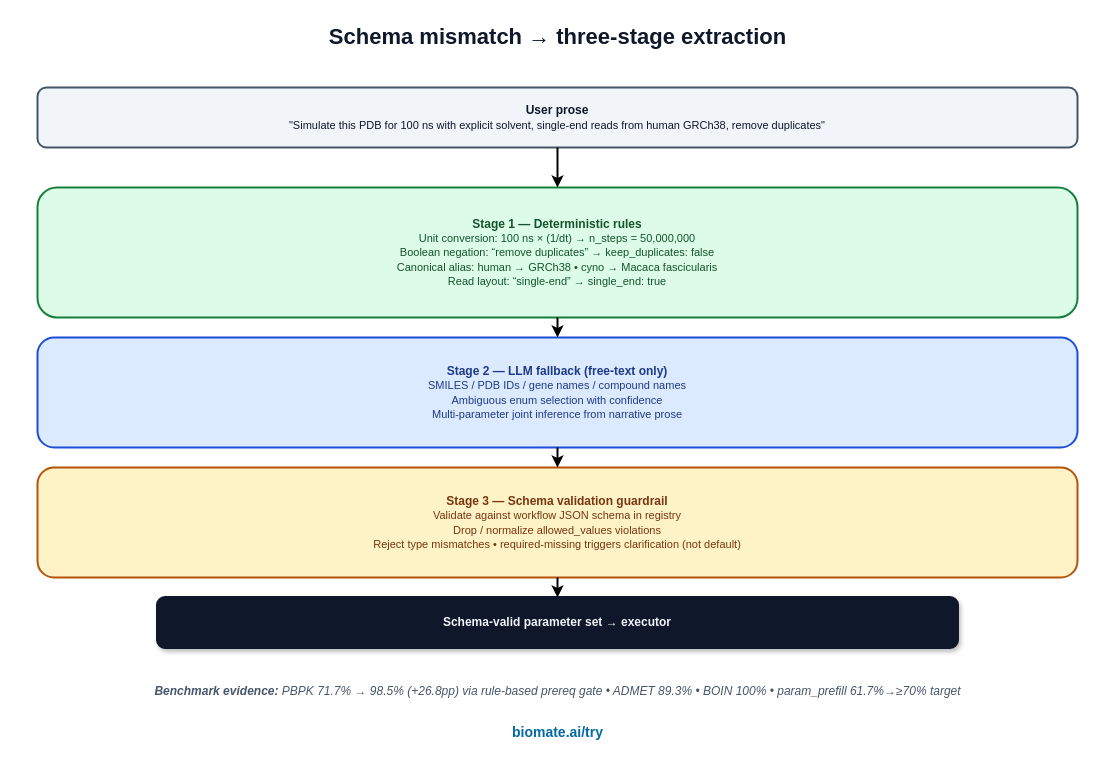
This is business/marketing/blog_posts/figures/post_14_param_extraction.drawio.xml from bioMate-AI/biomate-bioconductor-kb, a draw.io file, before an edit. Source tidied: cells renumbered, new cells numbered last; positions are measured from the earlier drawing's top-left corner, leaving out a move shared by most shapes. Both pictures are drawn from the tidied source at 100%, with x=0, y=0 at pixel (17, 17).
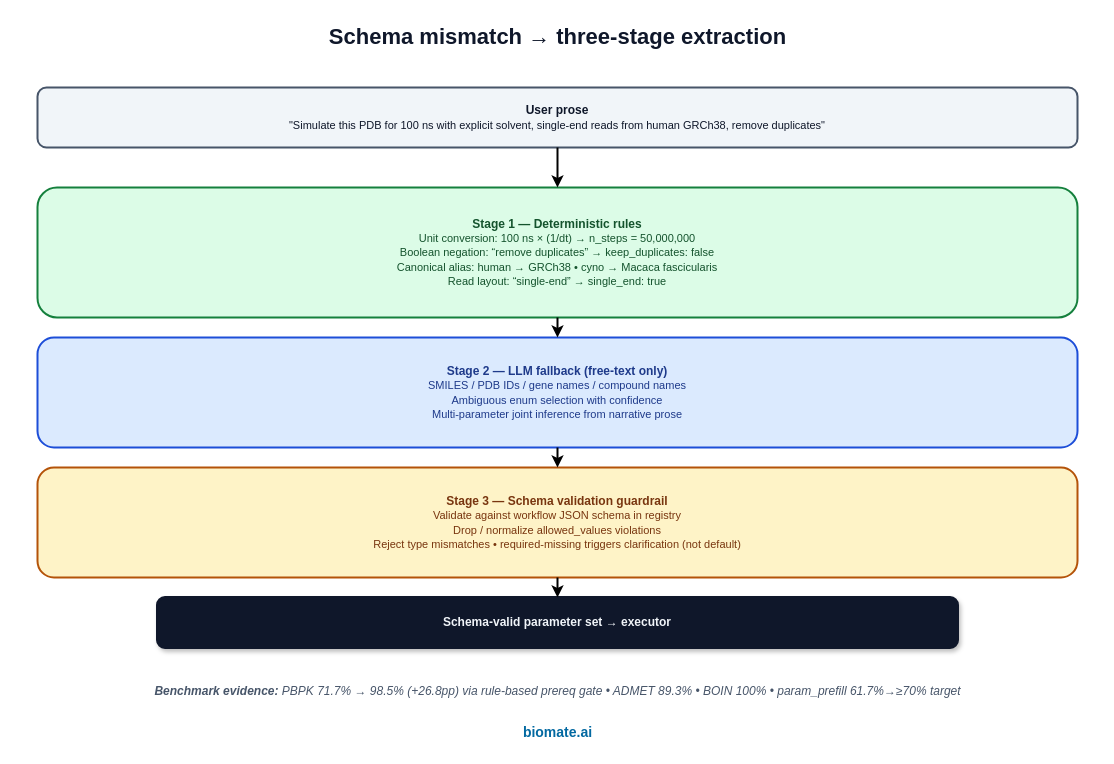
The same page after the edit.

What changed in the source:
```diff
@@
 <mxGraphModel>
   <root>
     <mxCell id="0" />
     <mxCell id="1" parent="0" />
     <mxCell id="2" value="Schema mismatch → three-stage extraction" style="text;html=1;align=center;fontSize=22;fontStyle=1;fontColor=#0f172a;" parent="1" vertex="1">
       <mxGeometry x="40" width="1000" height="40" as="geometry" />
     </mxCell>
     <mxCell id="3" value="&lt;b&gt;User prose&lt;/b&gt;&lt;br/&gt;&lt;span style=&quot;font-size:11px&quot;&gt;&quot;Simulate this PDB for 100 ns with explicit solvent, single-end reads from human GRCh38, remove duplicates&quot;&lt;/span&gt;" style="rounded=1;whiteSpace=wrap;html=1;fillColor=#f1f5f9;strokeColor=#475569;fontColor=#0f172a;strokeWidth=2;arcSize=15;" parent="1" vertex="1">
       <mxGeometry x="20" y="70" width="1040" height="60" as="geometry" />
     </mxCell>
     <mxCell id="4" value="&lt;b&gt;Stage 1 — Deterministic rules&lt;/b&gt;&lt;br/&gt;&lt;span style=&quot;font-size:11px&quot;&gt;Unit conversion: 100 ns × (1/dt) → n_steps = 50,000,000&lt;br/&gt;Boolean negation: &amp;ldquo;remove duplicates&amp;rdquo; → keep_duplicates: false&lt;br/&gt;Canonical alias: human → GRCh38 • cyno → Macaca fascicularis&lt;br/&gt;Read layout: &amp;ldquo;single-end&amp;rdquo; → single_end: true&lt;/span&gt;" style="rounded=1;whiteSpace=wrap;html=1;fillColor=#dcfce7;strokeColor=#15803d;fontColor=#14532d;strokeWidth=2;arcSize=15;" parent="1" vertex="1">
       <mxGeometry x="20" y="170" width="1040" height="130" as="geometry" />
     </mxCell>
     <mxCell id="5" value="&lt;b&gt;Stage 2 — LLM fallback (free-text only)&lt;/b&gt;&lt;br/&gt;&lt;span style=&quot;font-size:11px&quot;&gt;SMILES / PDB IDs / gene names / compound names&lt;br/&gt;Ambiguous enum selection with confidence&lt;br/&gt;Multi-parameter joint inference from narrative prose&lt;/span&gt;" style="rounded=1;whiteSpace=wrap;html=1;fillColor=#dbeafe;strokeColor=#1d4ed8;fontColor=#1e3a8a;strokeWidth=2;arcSize=15;" parent="1" vertex="1">
       <mxGeometry x="20" y="320" width="1040" height="110" as="geometry" />
     </mxCell>
     <mxCell id="6" value="&lt;b&gt;Stage 3 — Schema validation guardrail&lt;/b&gt;&lt;br/&gt;&lt;span style=&quot;font-size:11px&quot;&gt;Validate against workflow JSON schema in registry&lt;br/&gt;Drop / normalize allowed_values violations&lt;br/&gt;Reject type mismatches • required-missing triggers clarification (not default)&lt;/span&gt;" style="rounded=1;whiteSpace=wrap;html=1;fillColor=#fef3c7;strokeColor=#b45309;fontColor=#78350f;strokeWidth=2;arcSize=15;" parent="1" vertex="1">
       <mxGeometry x="20" y="450" width="1040" height="110" as="geometry" />
     </mxCell>
     <mxCell id="7" value="&lt;b style=&quot;color:#f1f5f9&quot;&gt;Schema-valid parameter set → executor&lt;/b&gt;" style="rounded=1;whiteSpace=wrap;html=1;fillColor=#0f172a;strokeColor=#0f172a;fontColor=#f1f5f9;strokeWidth=3;arcSize=15;shadow=1;" parent="1" vertex="1">
       <mxGeometry x="140" y="580" width="800" height="50" as="geometry" />
     </mxCell>
     <mxCell id="8" style="endArrow=classic;html=1;strokeWidth=2;" parent="1" edge="1" source="3" target="4">
       <mxGeometry relative="1" as="geometry" />
     </mxCell>
     <mxCell id="9" style="endArrow=classic;html=1;strokeWidth=2;" parent="1" edge="1" source="4" target="5">
       <mxGeometry relative="1" as="geometry" />
     </mxCell>
     <mxCell id="10" style="endArrow=classic;html=1;strokeWidth=2;" parent="1" edge="1" source="5" target="6">
       <mxGeometry relative="1" as="geometry" />
     </mxCell>
     <mxCell id="11" style="endArrow=classic;html=1;strokeWidth=2;" parent="1" edge="1" source="6" target="7">
       <mxGeometry relative="1" as="geometry" />
     </mxCell>
     <mxCell id="12" value="&lt;b&gt;Benchmark evidence:&lt;/b&gt;  PBPK 71.7% → 98.5% (+26.8pp) via rule-based prereq gate  •  ADMET 89.3%  •  BOIN 100%  •  param_prefill 61.7%→≥70% target" style="text;html=1;align=center;fontSize=12;fontStyle=2;fontColor=#475569;" parent="1" vertex="1">
       <mxGeometry y="660" width="1080" height="30" as="geometry" />
     </mxCell>
-    <mxCell id="13" value="biomate.ai/try" style="text;html=1;align=center;fontSize=14;fontStyle=1;fontColor=#0369a1;" parent="1" vertex="1">
+    <mxCell id="13" value="biomate.ai" style="text;html=1;align=center;fontSize=14;fontStyle=1;fontColor=#0369a1;" parent="1" vertex="1">
       <mxGeometry x="440" y="700" width="200" height="30" as="geometry" />
     </mxCell>
   </root>
 </mxGraphModel>
```
